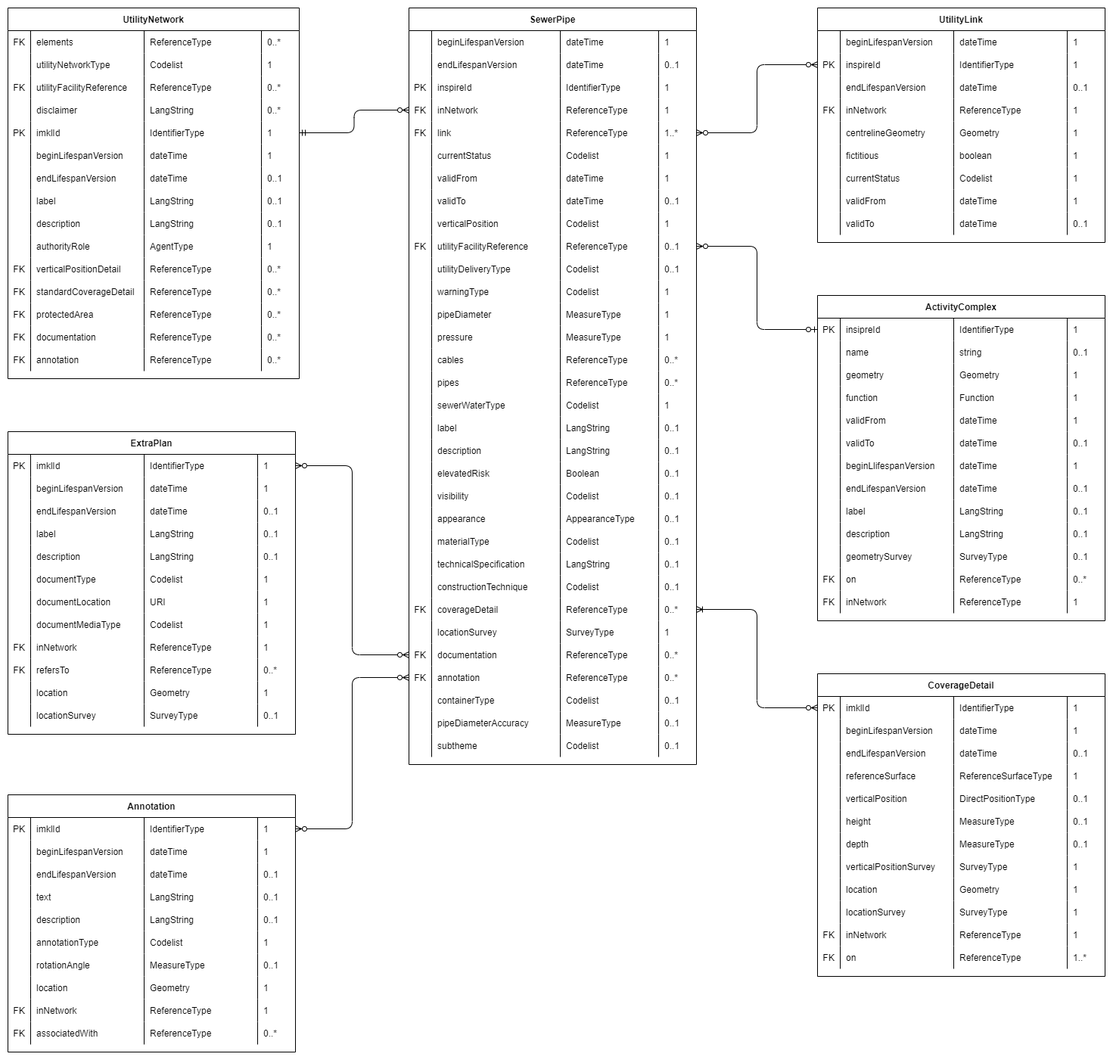
The draw.io diagram implementation/Documentation/ERD/IMKL3 SewerPipe.png in belgif/ICEGthema-imkl, before a commit. Source tidied: cells renumbered, new cells last; positions are measured from the earlier drawing's top-left corner, leaving out a move shared by most shapes.
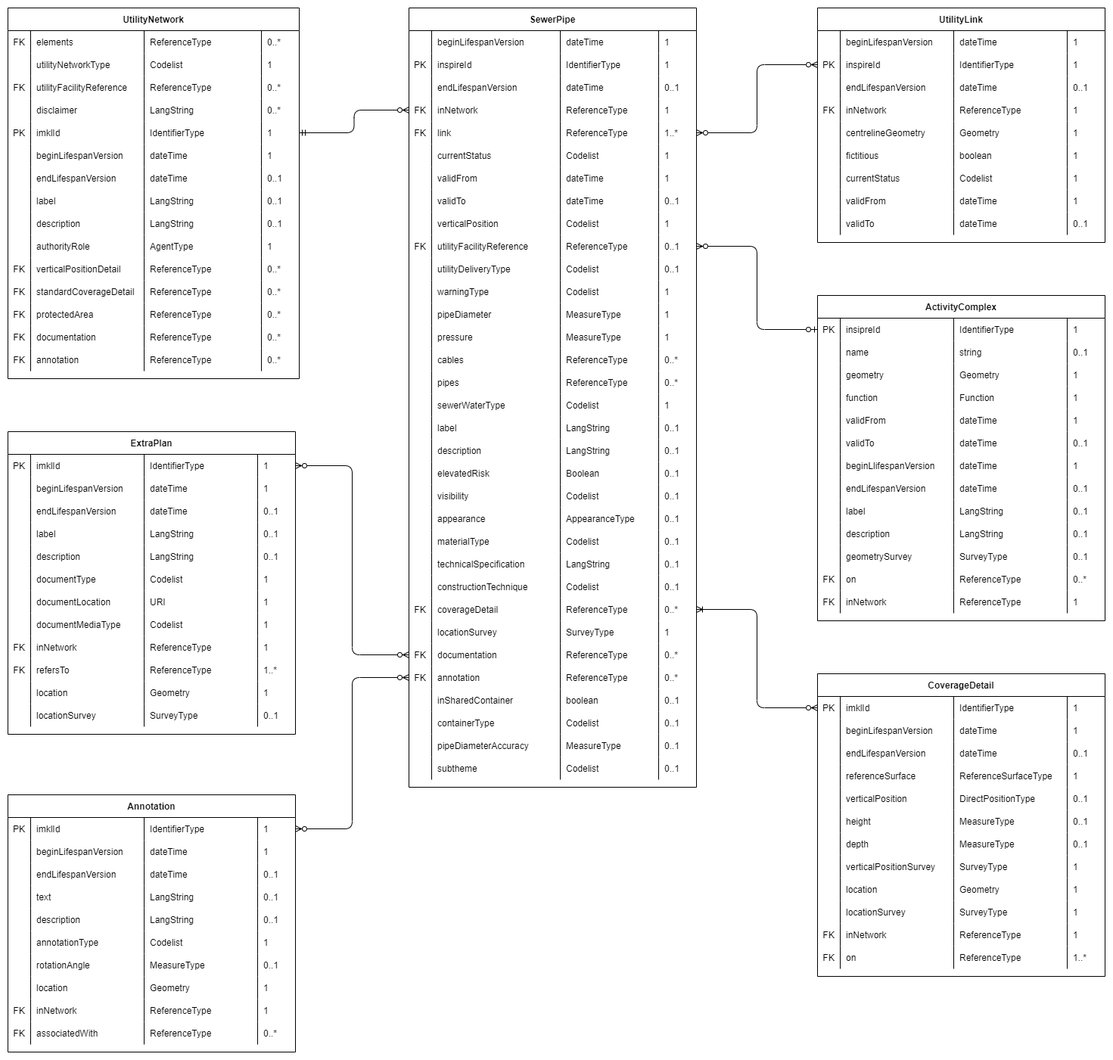
Later version of the same file.

What changed in the source:
```diff
@@ -3,7 +3,7 @@
     <mxCell id="0" />
     <mxCell id="1" parent="0" />
     <mxCell id="2" value="SewerPipe" style="shape=table;startSize=30;rowLines=0;fontStyle=1;align=center;" parent="1" vertex="1">
-      <mxGeometry x="530" width="380" height="1000" as="geometry" />
+      <mxGeometry x="530" width="380" height="1030" as="geometry" />
     </mxCell>
     <mxCell id="3" style="shape=tableRow;horizontal=0;startSize=0;swimlaneHead=0;swimlaneBody=0;fillColor=none;top=0;left=0;right=0;bottom=0;" parent="2" vertex="1">
       <mxGeometry y="30" width="380" height="30" as="geometry" />
@@ -20,8 +20,23 @@
     <mxCell id="7" value="1" style="shape=partialRectangle;fillColor=none;top=0;left=0;bottom=0;right=0;align=left;spacingLeft=6;overflow=hidden;" parent="3" vertex="1">
       <mxGeometry x="330" width="50" height="30" as="geometry" />
     </mxCell>
+    <mxCell id="530" style="shape=tableRow;horizontal=0;startSize=0;swimlaneHead=0;swimlaneBody=0;fillColor=none;top=0;left=0;right=0;bottom=0;" parent="2" vertex="1">
+      <mxGeometry y="60" width="380" height="30" as="geometry" />
+    </mxCell>
+    <mxCell id="14" value="PK" style="shape=partialRectangle;fillColor=none;top=0;left=0;bottom=0;right=0;overflow=hidden;" parent="530" vertex="1">
+      <mxGeometry width="30" height="30" as="geometry" />
+    </mxCell>
+    <mxCell id="15" value="inspireId" style="shape=partialRectangle;fillColor=none;top=0;left=0;bottom=0;right=0;align=left;spacingLeft=6;overflow=hidden;" parent="530" vertex="1">
+      <mxGeometry x="30" width="170" height="30" as="geometry" />
+    </mxCell>
+    <mxCell id="16" value="IdentifierType" style="shape=partialRectangle;fillColor=none;top=0;left=0;bottom=0;right=0;align=left;spacingLeft=6;overflow=hidden;" parent="530" vertex="1">
+      <mxGeometry x="200" width="130" height="30" as="geometry" />
+    </mxCell>
+    <mxCell id="17" value="1" style="shape=partialRectangle;fillColor=none;top=0;left=0;bottom=0;right=0;align=left;spacingLeft=6;overflow=hidden;" parent="530" vertex="1">
+      <mxGeometry x="330" width="50" height="30" as="geometry" />
+    </mxCell>
     <mxCell id="8" style="shape=tableRow;horizontal=0;startSize=0;swimlaneHead=0;swimlaneBody=0;fillColor=none;top=0;left=0;right=0;bottom=0;" parent="2" vertex="1">
-      <mxGeometry y="60" width="380" height="30" as="geometry" />
+      <mxGeometry y="90" width="380" height="30" as="geometry" />
     </mxCell>
     <mxCell id="9" style="shape=partialRectangle;fillColor=none;top=0;left=0;bottom=0;right=0;overflow=hidden;" parent="8" vertex="1">
       <mxGeometry width="30" height="30" as="geometry" />
@@ -35,21 +50,6 @@
     <mxCell id="12" value="0..1" style="shape=partialRectangle;fillColor=none;top=0;left=0;bottom=0;right=0;align=left;spacingLeft=6;overflow=hidden;" parent="8" vertex="1">
       <mxGeometry x="330" width="50" height="30" as="geometry" />
     </mxCell>
-    <mxCell id="13" style="shape=tableRow;horizontal=0;startSize=0;swimlaneHead=0;swimlaneBody=0;fillColor=none;top=0;left=0;right=0;bottom=0;" parent="2" vertex="1">
-      <mxGeometry y="90" width="380" height="30" as="geometry" />
-    </mxCell>
-    <mxCell id="14" value="PK" style="shape=partialRectangle;fillColor=none;top=0;left=0;bottom=0;right=0;overflow=hidden;" parent="13" vertex="1">
-      <mxGeometry width="30" height="30" as="geometry" />
-    </mxCell>
-    <mxCell id="15" value="inspireId" style="shape=partialRectangle;fillColor=none;top=0;left=0;bottom=0;right=0;align=left;spacingLeft=6;overflow=hidden;" parent="13" vertex="1">
-      <mxGeometry x="30" width="170" height="30" as="geometry" />
-    </mxCell>
-    <mxCell id="16" value="IdentifierType" style="shape=partialRectangle;fillColor=none;top=0;left=0;bottom=0;right=0;align=left;spacingLeft=6;overflow=hidden;" parent="13" vertex="1">
-      <mxGeometry x="200" width="130" height="30" as="geometry" />
-    </mxCell>
-    <mxCell id="17" value="1" style="shape=partialRectangle;fillColor=none;top=0;left=0;bottom=0;right=0;align=left;spacingLeft=6;overflow=hidden;" parent="13" vertex="1">
-      <mxGeometry x="330" width="50" height="30" as="geometry" />
-    </mxCell>
     <mxCell id="18" style="shape=tableRow;horizontal=0;startSize=0;swimlaneHead=0;swimlaneBody=0;fillColor=none;points=[[0,0.5],[1,0.5]];portConstraint=eastwest;top=0;left=0;right=0;bottom=0;" parent="2" vertex="1">
       <mxGeometry y="120" width="380" height="30" as="geometry" />
     </mxCell>
@@ -440,8 +440,23 @@
     <mxCell id="147" value="0..*" style="shape=partialRectangle;fillColor=none;top=0;left=0;bottom=0;right=0;align=left;spacingLeft=6;overflow=hidden;" parent="143" vertex="1">
       <mxGeometry x="330" width="50" height="30" as="geometry" />
     </mxCell>
+    <mxCell id="531" style="shape=tableRow;horizontal=0;startSize=0;swimlaneHead=0;swimlaneBody=0;fillColor=none;top=0;left=0;right=0;bottom=0;" parent="2" vertex="1">
+      <mxGeometry y="900" width="380" height="30" as="geometry" />
+    </mxCell>
+    <mxCell id="532" style="shape=partialRectangle;fillColor=none;top=0;left=0;bottom=0;right=0;overflow=hidden;" parent="531" vertex="1">
+      <mxGeometry width="30" height="30" as="geometry" />
+    </mxCell>
+    <mxCell id="533" value="inSharedContainer" style="shape=partialRectangle;fillColor=none;top=0;left=0;bottom=0;right=0;align=left;spacingLeft=6;overflow=hidden;" parent="531" vertex="1">
+      <mxGeometry x="30" width="170" height="30" as="geometry" />
+    </mxCell>
+    <mxCell id="534" value="boolean  " style="shape=partialRectangle;fillColor=none;top=0;left=0;bottom=0;right=0;align=left;spacingLeft=6;overflow=hidden;" parent="531" vertex="1">
+      <mxGeometry x="200" width="130" height="30" as="geometry" />
+    </mxCell>
+    <mxCell id="535" value="0..1" style="shape=partialRectangle;fillColor=none;top=0;left=0;bottom=0;right=0;align=left;spacingLeft=6;overflow=hidden;" parent="531" vertex="1">
+      <mxGeometry x="330" width="50" height="30" as="geometry" />
+    </mxCell>
     <mxCell id="148" style="shape=tableRow;horizontal=0;startSize=0;swimlaneHead=0;swimlaneBody=0;fillColor=none;top=0;left=0;right=0;bottom=0;" parent="2" vertex="1">
-      <mxGeometry y="900" width="380" height="30" as="geometry" />
+      <mxGeometry y="930" width="380" height="30" as="geometry" />
     </mxCell>
     <mxCell id="149" style="shape=partialRectangle;fillColor=none;top=0;left=0;bottom=0;right=0;overflow=hidden;" parent="148" vertex="1">
       <mxGeometry width="30" height="30" as="geometry" />
@@ -456,7 +471,7 @@
       <mxGeometry x="330" width="50" height="30" as="geometry" />
     </mxCell>
     <mxCell id="153" style="shape=tableRow;horizontal=0;startSize=0;swimlaneHead=0;swimlaneBody=0;fillColor=none;top=0;left=0;right=0;bottom=0;" parent="2" vertex="1">
-      <mxGeometry y="930" width="380" height="30" as="geometry" />
+      <mxGeometry y="960" width="380" height="30" as="geometry" />
     </mxCell>
     <mxCell id="154" style="shape=partialRectangle;fillColor=none;top=0;left=0;bottom=0;right=0;overflow=hidden;" parent="153" vertex="1">
       <mxGeometry width="30" height="30" as="geometry" />
@@ -471,7 +486,7 @@
       <mxGeometry x="330" width="50" height="30" as="geometry" />
     </mxCell>
     <mxCell id="158" style="shape=tableRow;horizontal=0;startSize=0;swimlaneHead=0;swimlaneBody=0;fillColor=none;top=0;left=0;right=0;bottom=0;" parent="2" vertex="1">
-      <mxGeometry y="960" width="380" height="30" as="geometry" />
+      <mxGeometry y="990" width="380" height="30" as="geometry" />
     </mxCell>
     <mxCell id="159" style="shape=partialRectangle;fillColor=none;top=0;left=0;bottom=0;right=0;overflow=hidden;" parent="158" vertex="1">
       <mxGeometry width="30" height="30" as="geometry" />
@@ -1382,7 +1397,7 @@
     <mxCell id="461" value="ReferenceType" style="shape=partialRectangle;fillColor=none;top=0;left=0;bottom=0;right=0;align=left;spacingLeft=6;overflow=hidden;" parent="458" vertex="1">
       <mxGeometry x="180" width="150" height="30" as="geometry" />
     </mxCell>
-    <mxCell id="462" value="0..*" style="shape=partialRectangle;fillColor=none;top=0;left=0;bottom=0;right=0;align=left;spacingLeft=6;overflow=hidden;" parent="458" vertex="1">
+    <mxCell id="462" value="1..*" style="shape=partialRectangle;fillColor=none;top=0;left=0;bottom=0;right=0;align=left;spacingLeft=6;overflow=hidden;" parent="458" vertex="1">
       <mxGeometry x="330" width="50" height="30" as="geometry" />
     </mxCell>
     <mxCell id="463" style="shape=tableRow;horizontal=0;startSize=0;swimlaneHead=0;swimlaneBody=0;fillColor=none;top=0;left=0;right=0;bottom=0;" parent="412" vertex="1">
```
